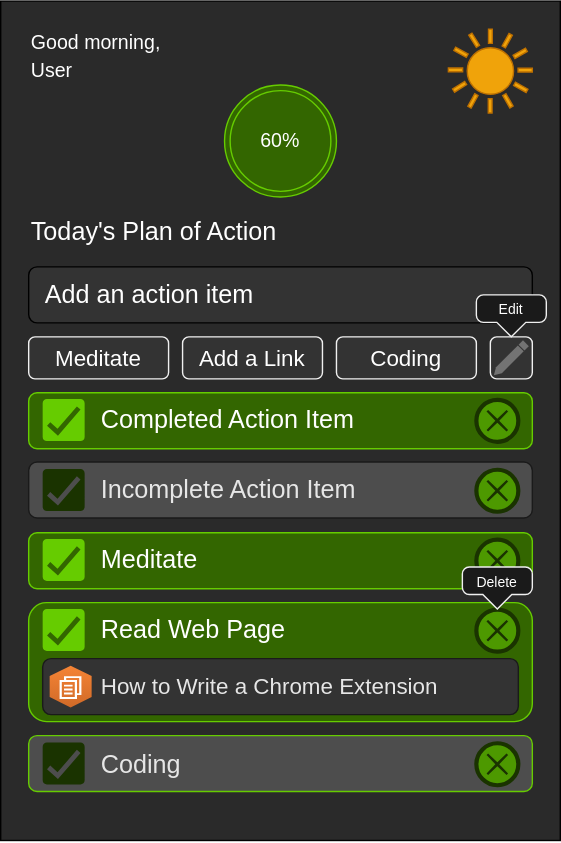
Earlier version of the draw.io export docs/Wireframe.LoFi.drawio.svg (Leif-W/webext-rocket-planner). Source tidied: cells renumbered, new cells last; positions are measured from the earlier drawing's top-left corner, leaving out a move shared by most shapes.
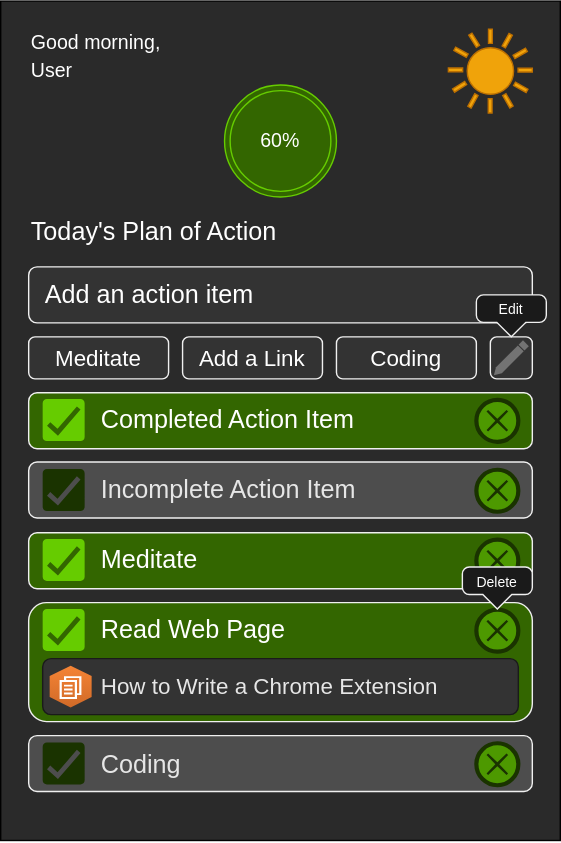
The same file after the commit.

Commit message:
Try to make field borders uniform

What changed in the source:
```diff
@@ -23,46 +23,46 @@
     <mxCell id="8" value="Today's Plan of Action" style="text;html=1;strokeColor=none;fillColor=none;align=left;verticalAlign=middle;whiteSpace=wrap;rounded=0;labelBackgroundColor=none;fontSize=18;fontColor=#FFFFFF;" parent="1" vertex="1">
       <mxGeometry x="20" y="150" width="190" height="30" as="geometry" />
     </mxCell>
-    <mxCell id="9" style="rounded=1;whiteSpace=wrap;html=1;labelBackgroundColor=none;fontSize=18;fontColor=#f0f0f0;align=left;fillColor=#333333;" parent="1" vertex="1">
+    <mxCell id="9" style="rounded=1;whiteSpace=wrap;html=1;labelBackgroundColor=none;fontSize=18;fontColor=#f0f0f0;align=left;fillColor=#333333;strokeColor=#F0F0F0;" parent="1" vertex="1">
       <mxGeometry x="20" y="190" width="360" height="40" as="geometry" />
     </mxCell>
     <mxCell id="10" value="Add an action item" style="text;html=1;strokeColor=none;fillColor=none;align=left;verticalAlign=middle;whiteSpace=wrap;rounded=0;labelBackgroundColor=none;fontSize=18;fontColor=#FFFFFF;" parent="1" vertex="1">
       <mxGeometry x="30" y="200" width="340" height="20" as="geometry" />
     </mxCell>
-    <mxCell id="11" style="rounded=1;whiteSpace=wrap;html=1;labelBackgroundColor=none;strokeColor=#f0f0f0;fillColor=#333333;fontSize=18;fontColor=#f0f0f0;align=left;" parent="1" vertex="1">
+    <mxCell id="11" style="rounded=1;whiteSpace=wrap;html=1;labelBackgroundColor=none;fillColor=#333333;fontSize=18;fontColor=#f0f0f0;align=left;strokeColor=#F0F0F0;" parent="1" vertex="1">
       <mxGeometry x="20" y="240" width="100" height="30" as="geometry" />
     </mxCell>
     <mxCell id="12" value="Meditate" style="text;html=1;strokeColor=none;fillColor=none;align=center;verticalAlign=middle;whiteSpace=wrap;rounded=0;labelBackgroundColor=none;fontSize=16;fontColor=#FFFFFF;" parent="1" vertex="1">
       <mxGeometry x="30" y="245" width="80" height="20" as="geometry" />
     </mxCell>
-    <mxCell id="13" style="rounded=1;whiteSpace=wrap;html=1;labelBackgroundColor=none;strokeColor=#f0f0f0;fillColor=#333333;fontSize=18;fontColor=#f0f0f0;align=left;" parent="1" vertex="1">
+    <mxCell id="13" style="rounded=1;whiteSpace=wrap;html=1;labelBackgroundColor=none;fillColor=#333333;fontSize=18;fontColor=#f0f0f0;align=left;strokeColor=#F0F0F0;" parent="1" vertex="1">
       <mxGeometry x="130" y="240" width="100" height="30" as="geometry" />
     </mxCell>
     <mxCell id="14" value="Add a Link" style="text;html=1;strokeColor=none;fillColor=none;align=center;verticalAlign=middle;whiteSpace=wrap;rounded=0;labelBackgroundColor=none;fontSize=16;fontColor=#FFFFFF;" parent="1" vertex="1">
       <mxGeometry x="140" y="245" width="80" height="20" as="geometry" />
     </mxCell>
-    <mxCell id="15" style="rounded=1;whiteSpace=wrap;html=1;labelBackgroundColor=none;strokeColor=#f0f0f0;fillColor=#333333;fontSize=18;fontColor=#f0f0f0;align=left;" parent="1" vertex="1">
+    <mxCell id="15" style="rounded=1;whiteSpace=wrap;html=1;labelBackgroundColor=none;fillColor=#333333;fontSize=18;fontColor=#f0f0f0;align=left;strokeColor=#F0F0F0;" parent="1" vertex="1">
       <mxGeometry x="240" y="240" width="100" height="30" as="geometry" />
     </mxCell>
     <mxCell id="16" value="Coding" style="text;html=1;strokeColor=none;fillColor=none;align=center;verticalAlign=middle;whiteSpace=wrap;rounded=0;labelBackgroundColor=none;fontSize=16;fontColor=#FFFFFF;" parent="1" vertex="1">
       <mxGeometry x="250" y="245" width="80" height="20" as="geometry" />
     </mxCell>
-    <mxCell id="17" style="rounded=1;whiteSpace=wrap;html=1;labelBackgroundColor=none;strokeColor=#f0f0f0;fillColor=#333333;fontSize=16;fontColor=#f0f0f0;align=center;" parent="1" vertex="1">
+    <mxCell id="17" style="rounded=1;whiteSpace=wrap;html=1;labelBackgroundColor=none;fillColor=#333333;fontSize=16;fontColor=#f0f0f0;align=center;strokeColor=#F0F0F0;" parent="1" vertex="1">
       <mxGeometry x="350" y="240" width="30" height="30" as="geometry" />
     </mxCell>
     <mxCell id="18" style="dashed=0;verticalLabelPosition=bottom;verticalAlign=top;align=center;shape=mxgraph.gmdl.edit;strokeColor=none;fillColor=#737373;shadow=0;labelBackgroundColor=none;fontSize=16;fontColor=#f0f0f0;" parent="1" vertex="1">
       <mxGeometry x="352.5" y="242.5" width="25" height="25" as="geometry" />
     </mxCell>
-    <mxCell id="19" value="Edit" style="html=1;shadow=0;dashed=0;shape=mxgraph.bootstrap.popover;dx=24.98;dy=10.37;rSize=5;whiteSpace=wrap;verticalAlign=top;spacing=10;fontSize=10;spacingLeft=0;align=center;spacingTop=-10;labelBackgroundColor=none;labelBorderColor=none;strokeColor=#F0F0F0;fillColor=#1A1A1A;fontColor=#FFFFFF;" parent="1" vertex="1">
+    <mxCell id="19" value="Edit" style="html=1;shadow=0;dashed=0;shape=mxgraph.bootstrap.popover;dx=24.98;dy=10.37;rSize=5;whiteSpace=wrap;verticalAlign=top;spacing=10;fontSize=10;spacingLeft=0;align=center;spacingTop=-10;labelBackgroundColor=none;labelBorderColor=none;fillColor=#1A1A1A;fontColor=#FFFFFF;strokeColor=#F0F0F0;" parent="1" vertex="1">
       <mxGeometry x="340" y="210" width="50" height="30" as="geometry" />
     </mxCell>
-    <mxCell id="20" style="rounded=1;whiteSpace=wrap;html=1;labelBackgroundColor=none;fontSize=18;fontColor=#f0f0f0;align=left;strokeColor=#66CC00;fillColor=#336600;" parent="1" vertex="1">
+    <mxCell id="20" style="rounded=1;whiteSpace=wrap;html=1;labelBackgroundColor=none;fontSize=18;fontColor=#f0f0f0;align=left;fillColor=#336600;strokeColor=#F0F0F0;" parent="1" vertex="1">
       <mxGeometry x="20" y="280" width="360" height="40" as="geometry" />
     </mxCell>
     <mxCell id="21" style="dashed=0;labelPosition=right;align=left;shape=mxgraph.gmdl.checkbox;strokeWidth=2;labelBackgroundColor=none;fontSize=10;fillColor=#66CC00;strokeColor=none;noLabel=1;fontColor=none;" parent="1" vertex="1">
       <mxGeometry x="30" y="284.5" width="30" height="30" as="geometry" />
     </mxCell>
-    <mxCell id="22" style="rounded=1;whiteSpace=wrap;html=1;labelBackgroundColor=none;fontSize=18;fontColor=#f0f0f0;align=left;fillColor=#4D4D4D;strokeColor=#1A1A1A;" parent="1" vertex="1">
+    <mxCell id="22" style="rounded=1;whiteSpace=wrap;html=1;labelBackgroundColor=none;fontSize=18;fontColor=#f0f0f0;align=left;fillColor=#4D4D4D;strokeColor=#F0F0F0;" parent="1" vertex="1">
       <mxGeometry x="20" y="329.5" width="360" height="40" as="geometry" />
     </mxCell>
     <mxCell id="23" style="dashed=0;labelPosition=right;align=left;shape=mxgraph.gmdl.checkbox;strokeWidth=2;labelBackgroundColor=none;fontSize=10;strokeColor=none;noLabel=1;fontColor=none;fillColor=#1A3300;" parent="1" vertex="1">
@@ -80,7 +80,7 @@
     <mxCell id="27" style="shape=mxgraph.bpmn.shape;html=1;verticalLabelPosition=bottom;labelBackgroundColor=none;verticalAlign=top;align=center;perimeter=ellipsePerimeter;outline=end;symbol=cancel;fontSize=18;noLabel=1;fontColor=none;fillColor=#4D9900;strokeColor=#1A3300;" parent="1" vertex="1">
       <mxGeometry x="340" y="335" width="30" height="30" as="geometry" />
     </mxCell>
-    <mxCell id="28" style="rounded=1;whiteSpace=wrap;html=1;labelBackgroundColor=none;fontSize=18;fontColor=#f0f0f0;align=left;strokeColor=#66CC00;fillColor=#336600;" parent="1" vertex="1">
+    <mxCell id="28" style="rounded=1;whiteSpace=wrap;html=1;labelBackgroundColor=none;fontSize=18;fontColor=#f0f0f0;align=left;fillColor=#336600;strokeColor=#F0F0F0;" parent="1" vertex="1">
       <mxGeometry x="20" y="380" width="360" height="40" as="geometry" />
     </mxCell>
     <mxCell id="29" style="dashed=0;labelPosition=right;align=left;shape=mxgraph.gmdl.checkbox;strokeWidth=2;labelBackgroundColor=none;fontSize=10;fillColor=#66CC00;strokeColor=none;noLabel=1;fontColor=none;" parent="1" vertex="1">
@@ -92,7 +92,7 @@
     <mxCell id="31" style="shape=mxgraph.bpmn.shape;html=1;verticalLabelPosition=bottom;labelBackgroundColor=none;verticalAlign=top;align=center;perimeter=ellipsePerimeter;outline=end;symbol=cancel;fontSize=18;noLabel=1;fontColor=none;fillColor=#4D9900;strokeColor=#1A3300;" parent="1" vertex="1">
       <mxGeometry x="340" y="385" width="30" height="30" as="geometry" />
     </mxCell>
-    <mxCell id="32" style="rounded=1;whiteSpace=wrap;html=1;labelBackgroundColor=none;fontSize=18;fontColor=#f0f0f0;align=left;strokeColor=#66CC00;fillColor=#336600;" parent="1" vertex="1">
+    <mxCell id="32" style="rounded=1;whiteSpace=wrap;html=1;labelBackgroundColor=none;fontSize=18;fontColor=#f0f0f0;align=left;fillColor=#336600;strokeColor=#F0F0F0;" parent="1" vertex="1">
       <mxGeometry x="20" y="430" width="360" height="85" as="geometry" />
     </mxCell>
     <mxCell id="33" style="dashed=0;labelPosition=right;align=left;shape=mxgraph.gmdl.checkbox;strokeWidth=2;labelBackgroundColor=none;fontSize=10;fillColor=#66CC00;strokeColor=none;noLabel=1;fontColor=none;" parent="1" vertex="1">
@@ -113,10 +113,10 @@
     <mxCell id="38" style="dashed=0;verticalLabelPosition=bottom;verticalAlign=top;align=center;html=1;shape=mxgraph.aws3.workdocs;fillColor=#D16A28;gradientColor=#F58435;gradientDirection=north;labelBackgroundColor=none;strokeColor=#1A1A1A;fontSize=16;fontColor=#E6E6E6;" parent="1" vertex="1">
       <mxGeometry x="35" y="475" width="30" height="30" as="geometry" />
     </mxCell>
-    <mxCell id="39" value="Delete" style="html=1;shadow=0;dashed=0;shape=mxgraph.bootstrap.popover;dx=24.98;dy=10.37;rSize=5;whiteSpace=wrap;verticalAlign=top;spacing=10;fontSize=10;spacingLeft=0;align=center;spacingTop=-10;labelBackgroundColor=none;labelBorderColor=none;strokeColor=#F0F0F0;fillColor=#1A1A1A;fontColor=#FFFFFF;" parent="1" vertex="1">
+    <mxCell id="39" value="Delete" style="html=1;shadow=0;dashed=0;shape=mxgraph.bootstrap.popover;dx=24.98;dy=10.37;rSize=5;whiteSpace=wrap;verticalAlign=top;spacing=10;fontSize=10;spacingLeft=0;align=center;spacingTop=-10;labelBackgroundColor=none;labelBorderColor=none;fillColor=#1A1A1A;fontColor=#FFFFFF;strokeColor=#F0F0F0;" parent="1" vertex="1">
       <mxGeometry x="330" y="404.5" width="50" height="30" as="geometry" />
     </mxCell>
-    <mxCell id="40" style="rounded=1;whiteSpace=wrap;html=1;labelBackgroundColor=none;fontSize=18;fontColor=#f0f0f0;align=left;strokeColor=#66CC00;fillColor=#4D4D4D;" parent="1" vertex="1">
+    <mxCell id="40" style="rounded=1;whiteSpace=wrap;html=1;labelBackgroundColor=none;fontSize=18;fontColor=#f0f0f0;align=left;fillColor=#4D4D4D;strokeColor=#F0F0F0;" parent="1" vertex="1">
       <mxGeometry x="20" y="525" width="360" height="40" as="geometry" />
     </mxCell>
     <mxCell id="41" style="dashed=0;labelPosition=right;align=left;shape=mxgraph.gmdl.checkbox;strokeWidth=2;labelBackgroundColor=none;fontSize=10;strokeColor=none;noLabel=1;fontColor=none;fillColor=#1A3300;" parent="1" vertex="1">
```
